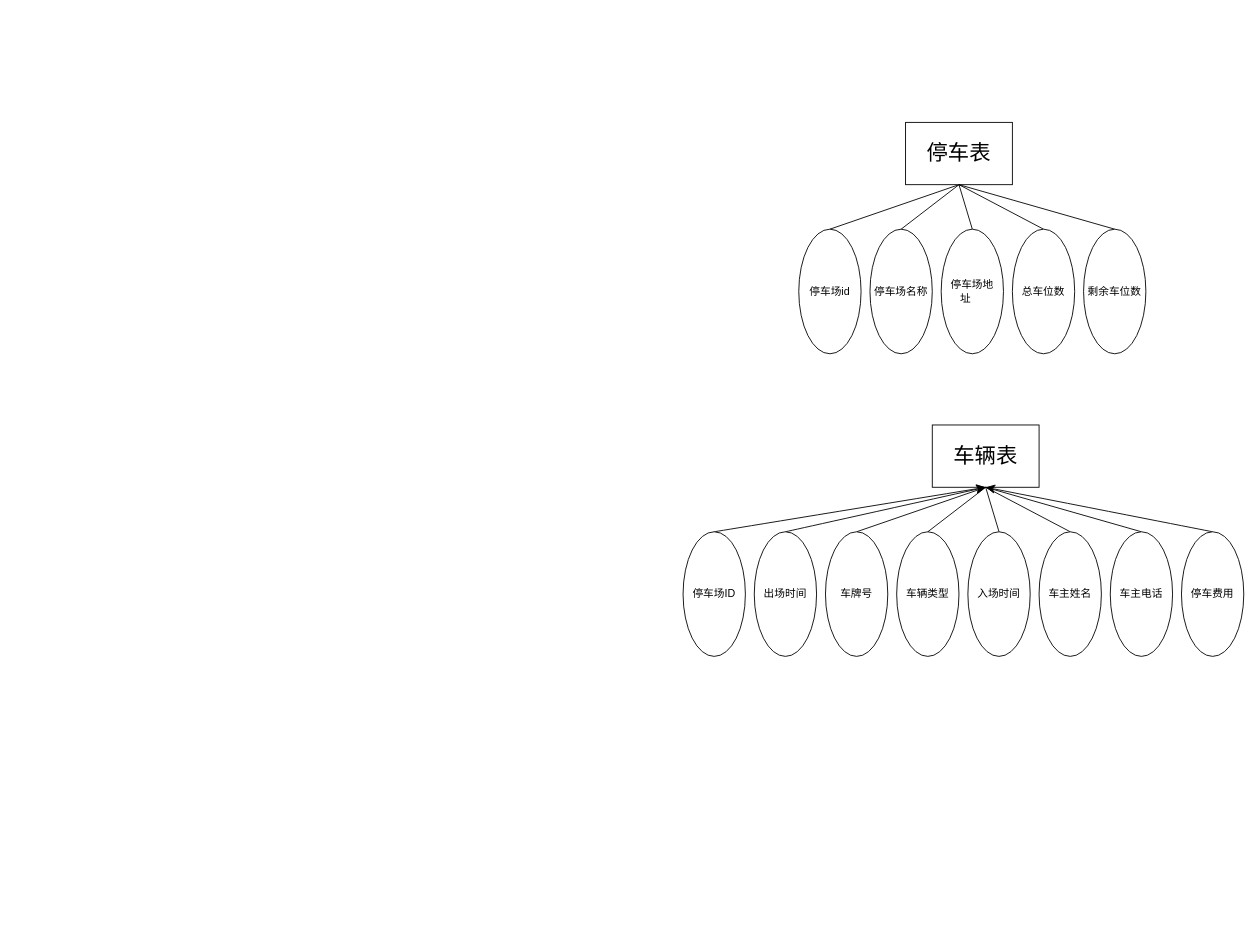
This is 未命名绘图.drawio from Greyore/Greyore, a draw.io file, before an edit. Source tidied: cells renumbered, new cells numbered last; positions are measured from the earlier drawing's top-left corner, leaving out a move shared by most shapes. Both pictures are drawn from the tidied source at 89%, with x=0, y=0 at pixel (683, 122).
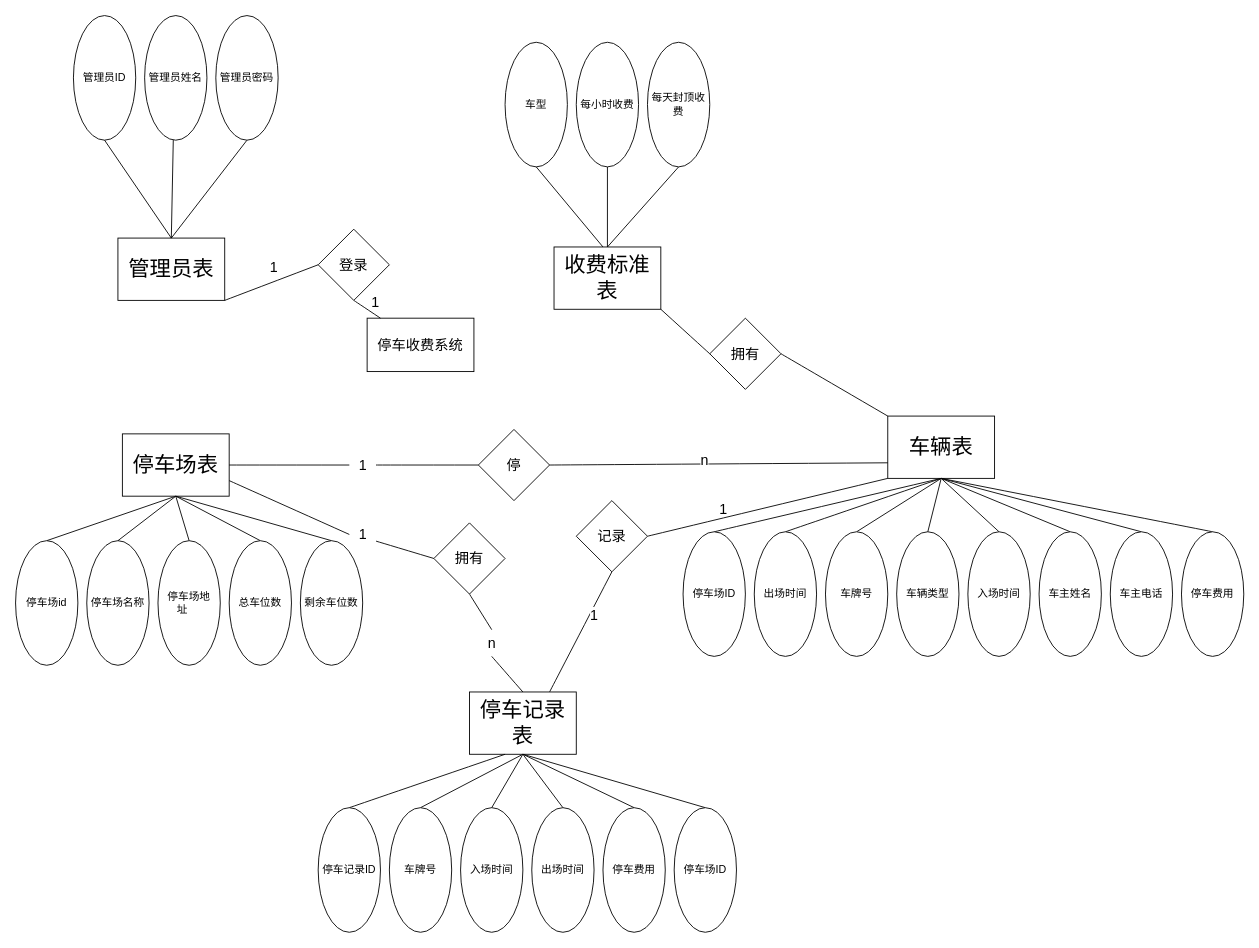
Above is the later version.

Commit message:
更新未命名绘图.drawio

Unchanged cells that the change refers to:
```xml
<mxCell id="25" value="停车费用" style="ellipse;whiteSpace=wrap;html=1;rounded=0;" parent="1" vertex="1">
  <mxGeometry x="560" y="460" width="70" height="140" as="geometry" />
</mxCell>
<mxCell id="27" value="出场时间" style="ellipse;whiteSpace=wrap;html=1;rounded=0;" parent="1" vertex="1">
  <mxGeometry x="80" y="460" width="70" height="140" as="geometry" />
</mxCell>
<mxCell id="29" value="停车场ID" style="ellipse;whiteSpace=wrap;html=1;rounded=0;" parent="1" vertex="1">
  <mxGeometry y="460" width="70" height="140" as="geometry" />
</mxCell>
```

Diff of the diagram source:
```diff
@@
-    <mxCell id="3" value="&lt;font style=&quot;font-size: 24px;&quot;&gt;停车表&lt;/font&gt;" style="rounded=0;whiteSpace=wrap;html=1;" parent="1" vertex="1">
-      <mxGeometry x="250" width="120" height="70" as="geometry" />
+    <mxCell id="3" value="&lt;font style=&quot;font-size: 24px;&quot;&gt;停车场表&lt;/font&gt;" style="rounded=0;whiteSpace=wrap;html=1;" parent="1" vertex="1">
+      <mxGeometry x="-630" y="350" width="120" height="70" as="geometry" />
     </mxCell>
     <mxCell id="4" value="停车场id" style="ellipse;whiteSpace=wrap;html=1;rounded=0;" parent="1" vertex="1">
-      <mxGeometry x="130" y="120" width="70" height="140" as="geometry" />
+      <mxGeometry x="-750" y="470" width="70" height="140" as="geometry" />
     </mxCell>
@@
     <mxCell id="6" value="剩余车位数" style="ellipse;whiteSpace=wrap;html=1;rounded=0;" parent="1" vertex="1">
-      <mxGeometry x="450" y="120" width="70" height="140" as="geometry" />
+      <mxGeometry x="-430" y="470" width="70" height="140" as="geometry" />
     </mxCell>
@@
     <mxCell id="8" value="停车场地址&lt;span style=&quot;white-space: pre;&quot;&gt;&#9;&lt;/span&gt;" style="ellipse;whiteSpace=wrap;html=1;rounded=0;" parent="1" vertex="1">
-      <mxGeometry x="290" y="120" width="70" height="140" as="geometry" />
+      <mxGeometry x="-590" y="470" width="70" height="140" as="geometry" />
     </mxCell>
     <mxCell id="9" value="停车场名称" style="ellipse;whiteSpace=wrap;html=1;rounded=0;" parent="1" vertex="1">
-      <mxGeometry x="210" y="120" width="70" height="140" as="geometry" />
+      <mxGeometry x="-670" y="470" width="70" height="140" as="geometry" />
     </mxCell>
@@
     <mxCell id="11" value="总车位数" style="ellipse;whiteSpace=wrap;html=1;rounded=0;" parent="1" vertex="1">
-      <mxGeometry x="370" y="120" width="70" height="140" as="geometry" />
+      <mxGeometry x="-510" y="470" width="70" height="140" as="geometry" />
     </mxCell>
@@
     <mxCell id="14" value="&lt;span style=&quot;font-size: 24px;&quot;&gt;车辆表&lt;/span&gt;" style="rounded=0;whiteSpace=wrap;html=1;" parent="1" vertex="1">
-      <mxGeometry x="280" y="340" width="120" height="70" as="geometry" />
+      <mxGeometry x="230" y="330" width="120" height="70" as="geometry" />
     </mxCell>
@@
-    <mxCell id="24" style="edgeStyle=none;curved=1;rounded=0;jettySize=auto;html=1;exitX=0.5;exitY=0;exitDx=0;exitDy=0;fontSize=12;startSize=8;endSize=8;" parent="1" edge="1" source="25">
-      <mxGeometry relative="1" as="geometry">
-        <mxPoint x="340" y="410" as="targetPoint" />
-      </mxGeometry>
+    <mxCell id="24" style="edgeStyle=none;curved=1;rounded=0;jettySize=auto;html=1;exitX=0.5;exitY=0;exitDx=0;exitDy=0;fontSize=12;startSize=8;endSize=8;endArrow=none;endFill=0;entryX=0.5;entryY=1;entryDx=0;entryDy=0;" parent="1" edge="1" source="25" target="14">
+      <mxGeometry relative="1" as="geometry" />
     </mxCell>
@@
-    <mxCell id="26" style="edgeStyle=none;curved=1;rounded=0;jettySize=auto;html=1;exitX=0.5;exitY=0;exitDx=0;exitDy=0;fontSize=12;startSize=8;endSize=8;" parent="1" edge="1" source="27">
+    <mxCell id="26" style="edgeStyle=none;curved=1;rounded=0;jettySize=auto;html=1;exitX=0.5;exitY=0;exitDx=0;exitDy=0;fontSize=12;startSize=8;endSize=8;endArrow=none;endFill=0;" parent="1" edge="1" source="27">
       <mxGeometry relative="1" as="geometry">
-        <mxPoint x="340" y="410" as="targetPoint" />
+        <mxPoint x="290" y="400" as="targetPoint" />
       </mxGeometry>
     </mxCell>
@@
-    <mxCell id="28" style="edgeStyle=none;curved=1;rounded=0;jettySize=auto;html=1;exitX=0.5;exitY=0;exitDx=0;exitDy=0;fontSize=12;startSize=8;endSize=8;" parent="1" edge="1" source="29">
-      <mxGeometry relative="1" as="geometry">
-        <mxPoint x="340" y="410" as="targetPoint" />
-      </mxGeometry>
+    <mxCell id="28" style="edgeStyle=none;curved=1;rounded=0;jettySize=auto;html=1;exitX=0.5;exitY=0;exitDx=0;exitDy=0;fontSize=12;startSize=8;endSize=8;endArrow=none;endFill=0;entryX=0.5;entryY=1;entryDx=0;entryDy=0;" parent="1" edge="1" source="29" target="14">
+      <mxGeometry relative="1" as="geometry" />
     </mxCell>
@@
+    <mxCell id="30" value="&lt;font style=&quot;font-size: 24px;&quot;&gt;收费标准表&lt;/font&gt;" style="rounded=0;whiteSpace=wrap;html=1;" parent="1" vertex="1">
+      <mxGeometry x="-145" y="140" width="120" height="70" as="geometry" />
+    </mxCell>
+    <mxCell id="31" style="edgeStyle=none;rounded=0;jettySize=auto;html=1;exitX=0.5;exitY=1;exitDx=0;exitDy=0;endArrow=none;endFill=0;" parent="1" edge="1" source="32">
+      <mxGeometry relative="1" as="geometry">
+        <mxPoint x="-85" y="140" as="targetPoint" />
+      </mxGeometry>
+    </mxCell>
+    <mxCell id="32" value="每小时收费" style="ellipse;whiteSpace=wrap;html=1;rounded=0;" parent="1" vertex="1">
+      <mxGeometry x="-120" y="-90" width="70" height="140" as="geometry" />
+    </mxCell>
+    <mxCell id="33" value="车型" style="ellipse;whiteSpace=wrap;html=1;rounded=0;" parent="1" vertex="1">
+      <mxGeometry x="-200" y="-90" width="70" height="140" as="geometry" />
+    </mxCell>
+    <mxCell id="34" style="edgeStyle=none;rounded=0;jettySize=auto;html=1;exitX=0.5;exitY=1;exitDx=0;exitDy=0;entryX=0.5;entryY=0;entryDx=0;entryDy=0;endArrow=none;endFill=0;" parent="1" edge="1" source="35" target="30">
+      <mxGeometry relative="1" as="geometry" />
+    </mxCell>
+    <mxCell id="35" value="每天封顶收费" style="ellipse;whiteSpace=wrap;html=1;rounded=0;" parent="1" vertex="1">
+      <mxGeometry x="-40" y="-90" width="70" height="140" as="geometry" />
+    </mxCell>
+    <mxCell id="36" style="rounded=0;jettySize=auto;html=1;startFill=1;endArrow=none;endFill=0;entryX=0.5;entryY=1;entryDx=0;entryDy=0;" parent="1" edge="1" target="33">
+      <mxGeometry relative="1" as="geometry">
+        <mxPoint x="-90" y="140" as="sourcePoint" />
+      </mxGeometry>
+    </mxCell>
+    <mxCell id="37" style="edgeStyle=none;curved=1;rounded=0;jettySize=auto;html=1;exitX=1;exitY=1;exitDx=0;exitDy=0;fontSize=12;startSize=8;endSize=8;entryX=0;entryY=0.5;entryDx=0;entryDy=0;endArrow=none;endFill=0;" parent="1" edge="1" source="38" target="82">
+      <mxGeometry relative="1" as="geometry" />
+    </mxCell>
+    <mxCell id="38" value="&lt;font style=&quot;font-size: 24px;&quot;&gt;管理员表&lt;/font&gt;" style="rounded=0;whiteSpace=wrap;html=1;" parent="1" vertex="1">
+      <mxGeometry x="-635" y="130" width="120" height="70" as="geometry" />
+    </mxCell>
+    <mxCell id="39" style="edgeStyle=none;rounded=0;jettySize=auto;html=1;exitX=0.5;exitY=0;exitDx=0;exitDy=0;endArrow=none;endFill=0;" parent="1" edge="1" source="40">
+      <mxGeometry relative="1" as="geometry">
+        <mxPoint x="-575" y="130" as="targetPoint" />
+      </mxGeometry>
+    </mxCell>
+    <mxCell id="40" value="管理员姓名" style="ellipse;whiteSpace=wrap;html=1;rounded=0;" parent="1" vertex="1">
+      <mxGeometry x="-605" y="-120" width="70" height="140" as="geometry" />
+    </mxCell>
+    <mxCell id="41" value="管理员ID" style="ellipse;whiteSpace=wrap;html=1;rounded=0;" parent="1" vertex="1">
+      <mxGeometry x="-685" y="-120" width="70" height="140" as="geometry" />
+    </mxCell>
+    <mxCell id="42" style="edgeStyle=none;rounded=0;jettySize=auto;html=1;exitX=0.5;exitY=1;exitDx=0;exitDy=0;endArrow=none;endFill=0;entryX=0.5;entryY=0;entryDx=0;entryDy=0;" parent="1" edge="1" source="43" target="38">
+      <mxGeometry relative="1" as="geometry" />
+    </mxCell>
+    <mxCell id="43" value="管理员密码" style="ellipse;whiteSpace=wrap;html=1;rounded=0;" parent="1" vertex="1">
+      <mxGeometry x="-525" y="-120" width="70" height="140" as="geometry" />
+    </mxCell>
+    <mxCell id="44" style="rounded=0;jettySize=auto;html=1;startFill=1;endArrow=none;endFill=0;entryX=0.5;entryY=1;entryDx=0;entryDy=0;" parent="1" edge="1" target="41">
+      <mxGeometry relative="1" as="geometry">
+        <mxPoint x="-575" y="130" as="sourcePoint" />
+      </mxGeometry>
+    </mxCell>
+    <mxCell id="45" style="rounded=0;jettySize=auto;html=1;startFill=1;endArrow=none;endFill=0;exitX=0.5;exitY=1;exitDx=0;exitDy=0;entryX=0.5;entryY=0;entryDx=0;entryDy=0;" parent="1" edge="1" source="46" target="47">
+      <mxGeometry relative="1" as="geometry" />
+    </mxCell>
+    <mxCell id="46" value="&lt;span style=&quot;font-size: 24px;&quot;&gt;停车记录表&lt;/span&gt;" style="rounded=0;whiteSpace=wrap;html=1;" parent="1" vertex="1">
+      <mxGeometry x="-240" y="640" width="120" height="70" as="geometry" />
+    </mxCell>
+    <mxCell id="47" value="车牌号" style="ellipse;whiteSpace=wrap;html=1;rounded=0;" parent="1" vertex="1">
+      <mxGeometry x="-330" y="770" width="70" height="140" as="geometry" />
+    </mxCell>
+    <mxCell id="48" style="edgeStyle=none;rounded=0;jettySize=auto;html=1;exitX=0.5;exitY=0;exitDx=0;exitDy=0;endArrow=none;endFill=0;entryX=0.5;entryY=1;entryDx=0;entryDy=0;" parent="1" edge="1" source="49" target="46">
+      <mxGeometry relative="1" as="geometry" />
+    </mxCell>
+    <mxCell id="49" value="停车场ID" style="ellipse;whiteSpace=wrap;html=1;rounded=0;" parent="1" vertex="1">
+      <mxGeometry x="-10" y="770" width="70" height="140" as="geometry" />
+    </mxCell>
+    <mxCell id="50" style="edgeStyle=none;rounded=0;jettySize=auto;html=1;exitX=0.5;exitY=0;exitDx=0;exitDy=0;endArrow=none;endFill=0;entryX=0.5;entryY=1;entryDx=0;entryDy=0;" parent="1" edge="1" source="51" target="46">
+      <mxGeometry relative="1" as="geometry" />
+    </mxCell>
+    <mxCell id="51" value="出场时间" style="ellipse;whiteSpace=wrap;html=1;rounded=0;" parent="1" vertex="1">
+      <mxGeometry x="-170" y="770" width="70" height="140" as="geometry" />
+    </mxCell>
+    <mxCell id="52" value="入场时间" style="ellipse;whiteSpace=wrap;html=1;rounded=0;" parent="1" vertex="1">
+      <mxGeometry x="-250" y="770" width="70" height="140" as="geometry" />
+    </mxCell>
+    <mxCell id="53" style="edgeStyle=none;rounded=0;jettySize=auto;html=1;exitX=0.5;exitY=0;exitDx=0;exitDy=0;entryX=0.5;entryY=1;entryDx=0;entryDy=0;endArrow=none;endFill=0;" parent="1" edge="1" source="54" target="46">
+      <mxGeometry relative="1" as="geometry" />
+    </mxCell>
+    <mxCell id="54" value="停车费用" style="ellipse;whiteSpace=wrap;html=1;rounded=0;" parent="1" vertex="1">
+      <mxGeometry x="-90" y="770" width="70" height="140" as="geometry" />
+    </mxCell>
+    <mxCell id="55" style="rounded=0;jettySize=auto;html=1;startFill=1;endArrow=none;endFill=0;exitX=0.5;exitY=1;exitDx=0;exitDy=0;entryX=0.5;entryY=0;entryDx=0;entryDy=0;" parent="1" edge="1" source="46" target="52">
+      <mxGeometry relative="1" as="geometry" />
+    </mxCell>
+    <mxCell id="56" style="edgeStyle=none;curved=1;rounded=0;jettySize=auto;html=1;exitX=0.5;exitY=0;exitDx=0;exitDy=0;fontSize=12;startSize=8;endSize=8;endArrow=none;endFill=0;" parent="1" edge="1" source="57">
+      <mxGeometry relative="1" as="geometry">
+        <mxPoint x="-200" y="710" as="targetPoint" />
+      </mxGeometry>
+    </mxCell>
+    <mxCell id="57" value="停车记录ID" style="ellipse;whiteSpace=wrap;html=1;rounded=0;" parent="1" vertex="1">
+      <mxGeometry x="-410" y="770" width="70" height="140" as="geometry" />
+    </mxCell>
+    <mxCell id="58" value="停" style="rhombus;whiteSpace=wrap;html=1;fontSize=16;" parent="1" vertex="1">
+      <mxGeometry x="-230" y="345" width="80" height="80" as="geometry" />
+    </mxCell>
+    <mxCell id="59" style="endArrow=none;html=1;rounded=0;fontSize=12;startSize=8;endSize=8;curved=1;exitX=1;exitY=0.5;exitDx=0;exitDy=0;entryX=0;entryY=0.5;entryDx=0;entryDy=0;" parent="1" edge="1" source="75" target="58">
+      <mxGeometry relative="1" as="geometry" />
+    </mxCell>
+    <mxCell id="60" style="endArrow=none;html=1;rounded=0;fontSize=12;startSize=8;endSize=8;curved=1;exitX=1;exitY=0.5;exitDx=0;exitDy=0;entryX=0;entryY=0.75;entryDx=0;entryDy=0;" parent="1" edge="1" source="58" target="14">
+      <mxGeometry relative="1" as="geometry" />
+    </mxCell>
+    <mxCell id="61" value="n" style="edgeLabel;html=1;align=center;verticalAlign=middle;fontSize=16;" parent="60" vertex="1">
+      <mxGeometry x="-0.07" y="10" relative="1" as="geometry">
+        <mxPoint x="-3" y="6" as="offset" />
+      </mxGeometry>
+    </mxCell>
+    <mxCell id="62" value="拥有" style="rhombus;whiteSpace=wrap;html=1;fontSize=16;" parent="1" vertex="1">
+      <mxGeometry x="-280" y="450" width="80" height="80" as="geometry" />
+    </mxCell>
+    <mxCell id="63" style="endArrow=none;html=1;rounded=0;fontSize=12;startSize=8;endSize=8;curved=1;exitX=1;exitY=0.75;exitDx=0;exitDy=0;entryX=0;entryY=0.5;entryDx=0;entryDy=0;" parent="1" edge="1" source="73" target="62">
+      <mxGeometry relative="1" as="geometry" />
+    </mxCell>
+    <mxCell id="64" style="endArrow=none;html=1;rounded=0;fontSize=12;startSize=8;endSize=8;curved=1;exitX=0.5;exitY=1;exitDx=0;exitDy=0;entryX=0.5;entryY=0;entryDx=0;entryDy=0;" parent="1" edge="1" source="71" target="46">
+      <mxGeometry relative="1" as="geometry" />
+    </mxCell>
+    <mxCell id="65" style="edgeStyle=none;curved=1;rounded=0;jettySize=auto;html=1;exitX=1;exitY=0.5;exitDx=0;exitDy=0;entryX=0;entryY=1;entryDx=0;entryDy=0;fontSize=12;startSize=8;endSize=8;endArrow=none;endFill=0;" parent="1" edge="1" source="66" target="14">
+      <mxGeometry relative="1" as="geometry" />
+    </mxCell>
+    <mxCell id="66" value="记录" style="rhombus;whiteSpace=wrap;html=1;fontSize=16;" parent="1" vertex="1">
+      <mxGeometry x="-120" y="425" width="80" height="80" as="geometry" />
+    </mxCell>
+    <mxCell id="67" style="endArrow=none;html=1;rounded=0;fontSize=12;startSize=8;endSize=8;curved=1;exitX=0.75;exitY=0;exitDx=0;exitDy=0;entryX=0.5;entryY=1;entryDx=0;entryDy=0;" parent="1" edge="1" source="46" target="66">
+      <mxGeometry relative="1" as="geometry" />
+    </mxCell>
+    <mxCell id="68" value="1" style="edgeLabel;html=1;align=center;verticalAlign=middle;fontSize=16;" parent="67" vertex="1">
+      <mxGeometry x="0.22" y="8" relative="1" as="geometry">
+        <mxPoint x="14" as="offset" />
+      </mxGeometry>
+    </mxCell>
+    <mxCell id="69" value="1" style="text;html=1;align=center;verticalAlign=middle;strokeColor=none;fillColor=none;fontSize=16;" parent="1" vertex="1">
+      <mxGeometry x="30" y="420" width="30" height="30" as="geometry" />
+    </mxCell>
+    <mxCell id="70" style="endArrow=none;html=1;rounded=0;fontSize=12;startSize=8;endSize=8;curved=1;exitX=0.5;exitY=1;exitDx=0;exitDy=0;entryX=0.5;entryY=0;entryDx=0;entryDy=0;" parent="1" edge="1" source="62" target="71">
+      <mxGeometry relative="1" as="geometry" />
+    </mxCell>
+    <mxCell id="71" value="n" style="text;html=1;align=center;verticalAlign=middle;points=[];strokeColor=none;fillColor=none;fontSize=16;" parent="1" vertex="1">
+      <mxGeometry x="-230" y="570" width="30" height="30" as="geometry" />
+    </mxCell>
+    <mxCell id="72" style="endArrow=none;html=1;rounded=0;fontSize=12;startSize=8;endSize=8;curved=1;exitX=1;exitY=0.75;exitDx=0;exitDy=0;entryX=0;entryY=0.5;entryDx=0;entryDy=0;" parent="1" edge="1" source="3" target="73">
+      <mxGeometry relative="1" as="geometry" />
+    </mxCell>
+    <mxCell id="73" value="1" style="text;html=1;align=center;verticalAlign=middle;points=[];strokeColor=none;fillColor=none;fontSize=16;" parent="1" vertex="1">
+      <mxGeometry x="-375" y="448" width="30" height="30" as="geometry" />
+    </mxCell>
+    <mxCell id="74" style="endArrow=none;html=1;rounded=0;fontSize=12;startSize=8;endSize=8;curved=1;exitX=1;exitY=0.5;exitDx=0;exitDy=0;entryX=0;entryY=0.5;entryDx=0;entryDy=0;" parent="1" edge="1" source="3" target="75">
+      <mxGeometry relative="1" as="geometry" />
+    </mxCell>
+    <mxCell id="75" value="1" style="text;html=1;align=center;verticalAlign=middle;points=[];strokeColor=none;fillColor=none;fontSize=16;" parent="1" vertex="1">
+      <mxGeometry x="-375" y="370" width="30" height="30" as="geometry" />
+    </mxCell>
+    <mxCell id="76" value="拥有" style="rhombus;whiteSpace=wrap;html=1;fontSize=16;" parent="1" vertex="1">
+      <mxGeometry x="30" y="220" width="80" height="80" as="geometry" />
+    </mxCell>
+    <mxCell id="77" style="endArrow=none;html=1;rounded=0;fontSize=12;startSize=8;endSize=8;curved=1;entryX=1;entryY=1;entryDx=0;entryDy=0;exitX=0;exitY=0.5;exitDx=0;exitDy=0;" parent="1" edge="1" source="76" target="30">
+      <mxGeometry relative="1" as="geometry" />
+    </mxCell>
+    <mxCell id="78" style="endArrow=none;html=1;rounded=0;fontSize=12;startSize=8;endSize=8;curved=1;entryX=0;entryY=0;entryDx=0;entryDy=0;exitX=1;exitY=0.5;exitDx=0;exitDy=0;" parent="1" edge="1" source="76" target="14">
+      <mxGeometry relative="1" as="geometry" />
+    </mxCell>
+    <mxCell id="79" value="停车收费系统" style="rounded=0;whiteSpace=wrap;html=1;fontSize=16;" parent="1" vertex="1">
+      <mxGeometry x="-355" y="220" width="120" height="60" as="geometry" />
+    </mxCell>
+    <mxCell id="80" style="edgeStyle=none;curved=1;rounded=0;jettySize=auto;html=1;exitX=0.5;exitY=1;exitDx=0;exitDy=0;fontSize=12;startSize=8;endSize=8;endArrow=none;endFill=0;" parent="1" edge="1" source="82" target="79">
+      <mxGeometry relative="1" as="geometry" />
+    </mxCell>
+    <mxCell id="81" value="1" style="edgeLabel;html=1;align=center;verticalAlign=middle;fontSize=16;" parent="80" vertex="1">
+      <mxGeometry x="0.15" y="11" relative="1" as="geometry">
+        <mxPoint y="-1" as="offset" />
+      </mxGeometry>
+    </mxCell>
+    <mxCell id="82" value="登录" style="rhombus;whiteSpace=wrap;html=1;fontSize=16;" parent="1" vertex="1">
+      <mxGeometry x="-410" y="120" width="80" height="80" as="geometry" />
+    </mxCell>
+    <mxCell id="83" value="1" style="text;html=1;align=center;verticalAlign=middle;strokeColor=none;fillColor=none;fontSize=16;" parent="1" vertex="1">
+      <mxGeometry x="-475" y="148" width="30" height="30" as="geometry" />
+    </mxCell>
```
